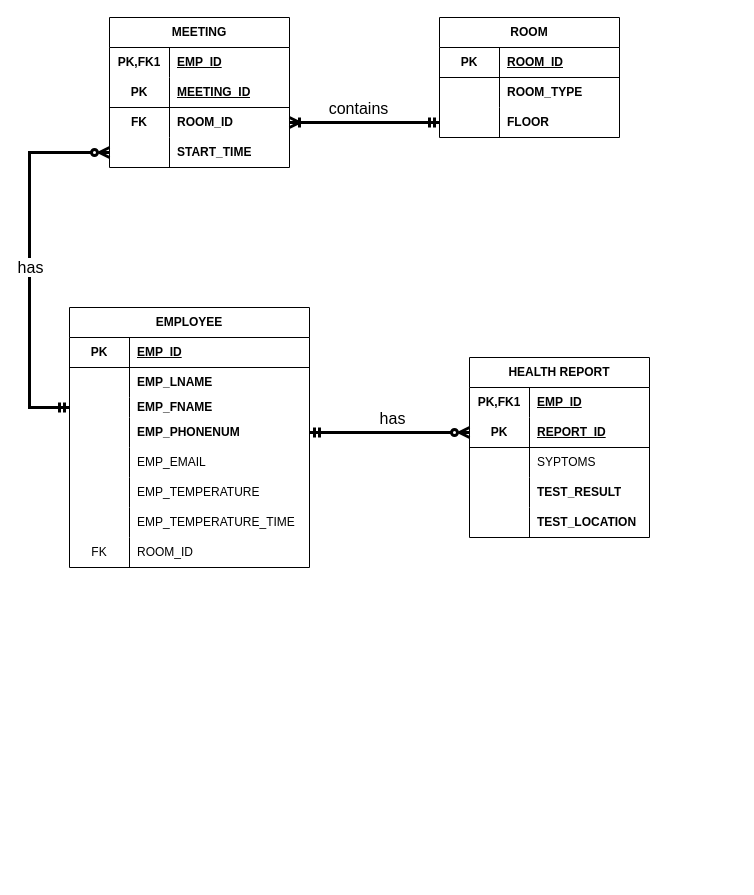
Eren-Jeager123/ERD-COVID keeps this draw.io diagram as hw1.drawio. Above is the earlier version. Source tidied: cells renumbered, new cells numbered last; positions are measured from the earlier drawing's top-left corner, leaving out a move shared by most shapes. Both pictures are drawn from the tidied source at 100%, with x=0, y=0 at pixel (29, 17).
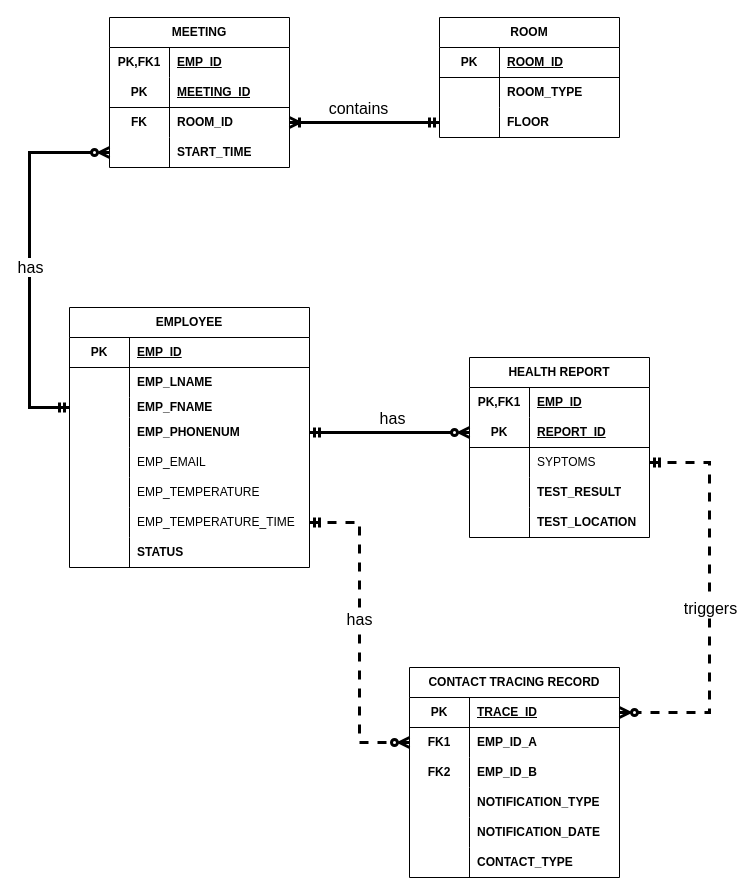
The same diagram, later.

Unchanged cells that the change refers to:
```xml
<mxCell id="21" style="shape=tableRow;horizontal=0;startSize=0;swimlaneHead=0;swimlaneBody=0;fillColor=none;points=[[0,0.5],[1,0.5]];portConstraint=eastwest;top=0;left=0;right=0;bottom=0;html=1;" parent="2" vertex="1">
  <mxGeometry y="200" width="240" height="30" as="geometry" />
</mxCell>
<mxCell id="24" style="shape=tableRow;horizontal=0;startSize=0;swimlaneHead=0;swimlaneBody=0;fillColor=none;top=0;left=0;right=0;bottom=0;html=1;" parent="2" vertex="1">
  <mxGeometry y="230" width="240" height="30" as="geometry" />
</mxCell>
<mxCell id="34" style="shape=tableRow;horizontal=0;startSize=0;swimlaneHead=0;swimlaneBody=0;fillColor=none;points=[[0,0.5],[1,0.5]];portConstraint=eastwest;top=0;left=0;right=0;bottom=0;html=1;" parent="27" vertex="1">
  <mxGeometry y="90" width="180" height="30" as="geometry" />
</mxCell>
```

Diff of the diagram source:
```diff
@@
-    <mxCell id="25" value="FK" style="shape=partialRectangle;fillColor=none;top=0;left=0;bottom=0;right=0;overflow=hidden;html=1;whiteSpace=wrap;" parent="24" vertex="1">
-      <mxGeometry width="60" height="30" as="geometry" />
-    </mxCell>
-    <mxCell id="26" value="ROOM_ID" style="shape=partialRectangle;fillColor=none;top=0;left=0;bottom=0;right=0;align=left;spacingLeft=6;overflow=hidden;html=1;whiteSpace=wrap;" parent="24" vertex="1">
-      <mxGeometry x="60" width="180" height="30" as="geometry" />
-    </mxCell>
+    <mxCell id="72" style="shape=partialRectangle;fillColor=none;top=0;left=0;bottom=0;right=0;overflow=hidden;html=1;whiteSpace=wrap;" parent="24" vertex="1">
+      <mxGeometry width="60" height="30" as="geometry" />
+    </mxCell>
+    <mxCell id="73" value="&lt;b&gt;STATUS&lt;/b&gt;" style="shape=partialRectangle;fillColor=none;top=0;left=0;bottom=0;right=0;align=left;spacingLeft=6;overflow=hidden;html=1;whiteSpace=wrap;" parent="24" vertex="1">
+      <mxGeometry x="60" width="180" height="30" as="geometry" />
+    </mxCell>
@@
+    <mxCell id="74" value="CONTACT TRACING RECORD" style="shape=table;startSize=30;childLayout=tableLayout;rowLines=0;fontStyle=1;align=center;html=1;whiteSpace=wrap;" parent="1" vertex="1">
+      <mxGeometry x="380" y="650" width="210" height="210" as="geometry" />
+    </mxCell>
+    <mxCell id="75" style="shape=tableRow;horizontal=0;startSize=0;swimlaneHead=0;swimlaneBody=0;fillColor=none;points=[[0,0.5],[1,0.5]];portConstraint=eastwest;top=0;left=0;right=0;bottom=1;html=1;" parent="74" vertex="1">
+      <mxGeometry y="30" width="210" height="30" as="geometry" />
+    </mxCell>
+    <mxCell id="76" value="PK" style="shape=partialRectangle;fillColor=none;top=0;left=0;bottom=0;right=0;fontStyle=1;overflow=hidden;html=1;whiteSpace=wrap;" parent="75" vertex="1">
+      <mxGeometry width="60" height="30" as="geometry" />
+    </mxCell>
+    <mxCell id="77" value="TRACE_ID" style="shape=partialRectangle;fillColor=none;top=0;left=0;bottom=0;right=0;align=left;spacingLeft=6;fontStyle=5;overflow=hidden;html=1;whiteSpace=wrap;" parent="75" vertex="1">
+      <mxGeometry x="60" width="150" height="30" as="geometry" />
+    </mxCell>
+    <mxCell id="78" style="shape=tableRow;horizontal=0;startSize=0;swimlaneHead=0;swimlaneBody=0;fillColor=none;points=[[0,0.5],[1,0.5]];portConstraint=eastwest;top=0;left=0;right=0;bottom=0;html=1;" parent="74" vertex="1">
+      <mxGeometry y="60" width="210" height="30" as="geometry" />
+    </mxCell>
+    <mxCell id="79" value="&lt;b&gt;FK1&lt;/b&gt;" style="shape=partialRectangle;fillColor=none;top=0;left=0;bottom=0;right=0;overflow=hidden;html=1;whiteSpace=wrap;" parent="78" vertex="1">
+      <mxGeometry width="60" height="30" as="geometry" />
+    </mxCell>
+    <mxCell id="80" value="&lt;b&gt;EMP_ID_A&lt;/b&gt;" style="shape=partialRectangle;fillColor=none;top=0;left=0;bottom=0;right=0;align=left;spacingLeft=6;overflow=hidden;html=1;whiteSpace=wrap;" parent="78" vertex="1">
+      <mxGeometry x="60" width="150" height="30" as="geometry" />
+    </mxCell>
+    <mxCell id="81" style="shape=tableRow;horizontal=0;startSize=0;swimlaneHead=0;swimlaneBody=0;fillColor=none;top=0;left=0;right=0;bottom=0;" parent="74" vertex="1">
+      <mxGeometry y="90" width="210" height="30" as="geometry" />
+    </mxCell>
+    <mxCell id="82" value="&lt;b&gt;FK2&lt;/b&gt;" style="shape=partialRectangle;fillColor=none;top=0;left=0;bottom=0;right=0;fontStyle=0;overflow=hidden;whiteSpace=wrap;html=1;" parent="81" vertex="1">
+      <mxGeometry width="60" height="30" as="geometry" />
+    </mxCell>
+    <mxCell id="83" value="&lt;b&gt;EMP_ID_B&lt;/b&gt;" style="shape=partialRectangle;fillColor=none;top=0;left=0;bottom=0;right=0;align=left;spacingLeft=6;fontStyle=0;overflow=hidden;whiteSpace=wrap;html=1;" parent="81" vertex="1">
+      <mxGeometry x="60" width="150" height="30" as="geometry" />
+    </mxCell>
+    <mxCell id="84" style="shape=tableRow;horizontal=0;startSize=0;swimlaneHead=0;swimlaneBody=0;fillColor=none;top=0;left=0;right=0;bottom=0;html=1;" parent="74" vertex="1">
+      <mxGeometry y="120" width="210" height="30" as="geometry" />
+    </mxCell>
+    <mxCell id="85" style="shape=partialRectangle;fillColor=none;top=0;left=0;bottom=0;right=0;overflow=hidden;html=1;whiteSpace=wrap;" parent="84" vertex="1">
+      <mxGeometry width="60" height="30" as="geometry" />
+    </mxCell>
+    <mxCell id="86" value="&lt;b&gt;NOTIFICATION_TYPE&lt;/b&gt;" style="shape=partialRectangle;fillColor=none;top=0;left=0;bottom=0;right=0;align=left;spacingLeft=6;overflow=hidden;html=1;whiteSpace=wrap;" parent="84" vertex="1">
+      <mxGeometry x="60" width="150" height="30" as="geometry" />
+    </mxCell>
+    <mxCell id="87" style="shape=tableRow;horizontal=0;startSize=0;swimlaneHead=0;swimlaneBody=0;fillColor=none;top=0;left=0;right=0;bottom=0;html=1;" parent="74" vertex="1">
+      <mxGeometry y="150" width="210" height="30" as="geometry" />
+    </mxCell>
+    <mxCell id="88" style="shape=partialRectangle;fillColor=none;top=0;left=0;bottom=0;right=0;overflow=hidden;html=1;whiteSpace=wrap;" parent="87" vertex="1">
+      <mxGeometry width="60" height="30" as="geometry" />
+    </mxCell>
+    <mxCell id="89" value="&lt;b&gt;NOTIFICATION_DATE&lt;/b&gt;" style="shape=partialRectangle;fillColor=none;top=0;left=0;bottom=0;right=0;align=left;spacingLeft=6;overflow=hidden;html=1;whiteSpace=wrap;" parent="87" vertex="1">
+      <mxGeometry x="60" width="150" height="30" as="geometry" />
+    </mxCell>
+    <mxCell id="90" style="shape=tableRow;horizontal=0;startSize=0;swimlaneHead=0;swimlaneBody=0;fillColor=none;top=0;left=0;right=0;bottom=0;html=1;" parent="74" vertex="1">
+      <mxGeometry y="180" width="210" height="30" as="geometry" />
+    </mxCell>
+    <mxCell id="91" style="shape=partialRectangle;fillColor=none;top=0;left=0;bottom=0;right=0;overflow=hidden;html=1;whiteSpace=wrap;" parent="90" vertex="1">
+      <mxGeometry width="60" height="30" as="geometry" />
+    </mxCell>
+    <mxCell id="92" value="&lt;b&gt;CONTACT_TYPE&lt;/b&gt;" style="shape=partialRectangle;fillColor=none;top=0;left=0;bottom=0;right=0;align=left;spacingLeft=6;overflow=hidden;html=1;whiteSpace=wrap;" parent="90" vertex="1">
+      <mxGeometry x="60" width="150" height="30" as="geometry" />
+    </mxCell>
+    <mxCell id="93" style="edgeStyle=orthogonalEdgeStyle;rounded=0;jettySize=auto;html=1;exitX=1;exitY=0.5;exitDx=0;exitDy=0;entryX=1;entryY=0.5;entryDx=0;entryDy=0;strokeWidth=3;startArrow=ERmandOne;startFill=0;endArrow=ERzeroToMany;endFill=0;dashed=1;" parent="1" edge="1" source="34" target="75">
+      <mxGeometry relative="1" as="geometry">
+        <Array as="points">
+          <mxPoint x="680" y="445" />
+          <mxPoint x="680" y="695" />
+        </Array>
+      </mxGeometry>
+    </mxCell>
+    <mxCell id="94" value="&lt;font style=&quot;font-size: 16px;&quot;&gt;triggers&lt;/font&gt;" style="edgeLabel;html=1;align=center;verticalAlign=middle;" parent="93" vertex="1">
+      <mxGeometry x="-0.04" y="-4" relative="1" as="geometry">
+        <mxPoint x="4" y="13" as="offset" />
+      </mxGeometry>
+    </mxCell>
+    <mxCell id="95" style="edgeStyle=orthogonalEdgeStyle;rounded=0;jettySize=auto;html=1;exitX=1;exitY=0.5;exitDx=0;exitDy=0;entryX=0;entryY=0.5;entryDx=0;entryDy=0;strokeWidth=3;startArrow=ERmandOne;startFill=0;endArrow=ERzeroToMany;endFill=0;dashed=1;" parent="1" edge="1" source="21" target="78">
+      <mxGeometry relative="1" as="geometry" />
+    </mxCell>
+    <mxCell id="96" value="&lt;font style=&quot;font-size: 16px;&quot;&gt;has&lt;/font&gt;" style="edgeLabel;html=1;align=center;verticalAlign=middle;" parent="95" vertex="1">
+      <mxGeometry x="-0.09" y="-1" relative="1" as="geometry" />
+    </mxCell>
```
